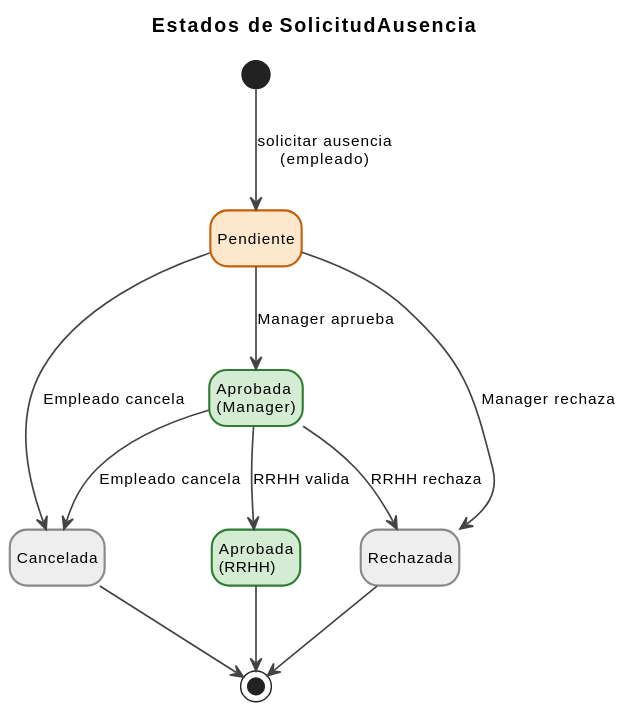
This is modelosUML/svg/estadosSolicitudAusencia.svg from lostal/seven-suite, a PlantUML export, as it was before one commit.
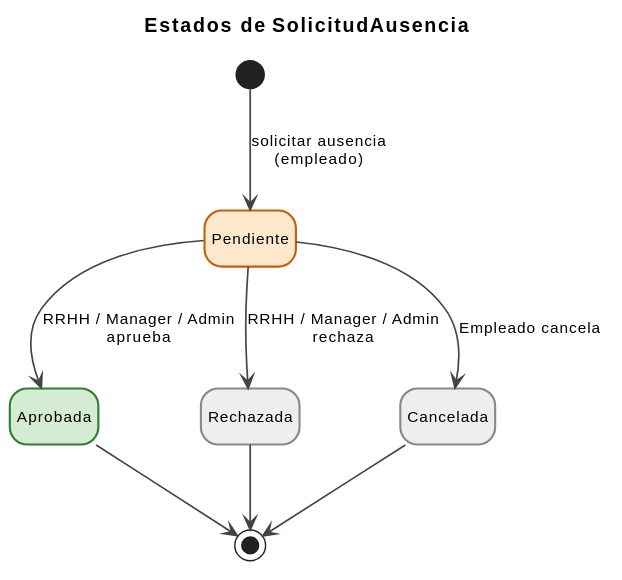
After the change.

The edit, as a diff of the source:
```diff
@@ -1,4 +1,6 @@
 @startuml
+skinparam backgroundColor #FFFFFF
+
 hide empty description
 
 skinparam defaultFontName Arial
@@ -17,22 +19,17 @@
 
 title Estados de <b>SolicitudAusencia</b>
 
-state "Aprobada\n(Manager)" as AprobadaManager <<aprobado>>
-state "Aprobada\n(RRHH)"    as AprobadaRRHH   <<aprobado>>
-state "Rechazada"           as Rechazada      <<terminal>>
-state "Cancelada"           as Cancelada      <<terminal>>
+state "Aprobada"    as Aprobada   <<aprobado>>
+state "Rechazada"   as Rechazada  <<terminal>>
+state "Cancelada"   as Cancelada  <<terminal>>
 
 [*] --> Pendiente : solicitar ausencia\n(empleado)
 
-Pendiente       --> AprobadaManager : Manager aprueba
-Pendiente       --> Rechazada       : Manager rechaza
-Pendiente       --> Cancelada       : Empleado cancela
+Pendiente --> Aprobada  : RRHH / Manager / Admin\naprueba
+Pendiente --> Rechazada : RRHH / Manager / Admin\nrechaza
+Pendiente --> Cancelada : Empleado cancela
 
-AprobadaManager --> AprobadaRRHH   : RRHH valida
-AprobadaManager --> Rechazada      : RRHH rechaza
-AprobadaManager --> Cancelada      : Empleado cancela
-
-AprobadaRRHH    --> [*]
-Rechazada       --> [*]
-Cancelada       --> [*]
+Aprobada  --> [*]
+Rechazada --> [*]
+Cancelada --> [*]
 @enduml
```
